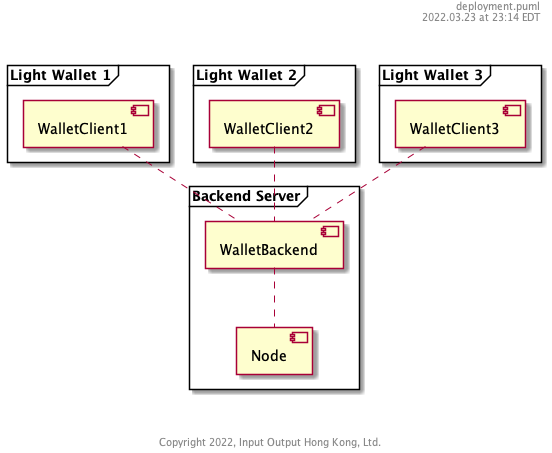
The PlantUML diagram components/WalletBackend/deployment.png in midnightntwrk/midnight-architecture, before a commit.
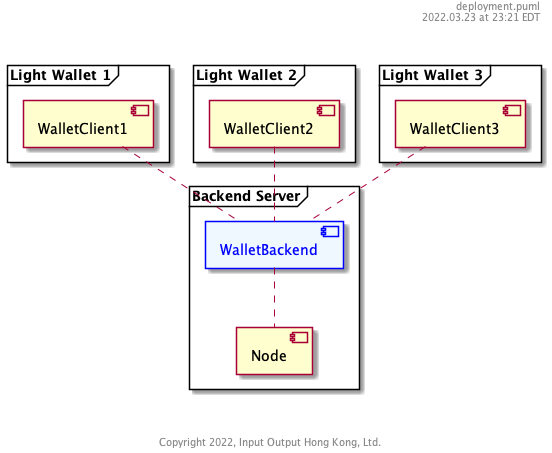
The same diagram one commit later.

Commit message:
highlight color in the deployment diagram

Change to the diagram source:
```diff
@@ -13,7 +13,7 @@
 
 
 frame "Backend Server" {
-        [WalletBackend]
+        [WalletBackend] #aliceblue;line:blue;text:blue
         [Node]
 }
 
```
